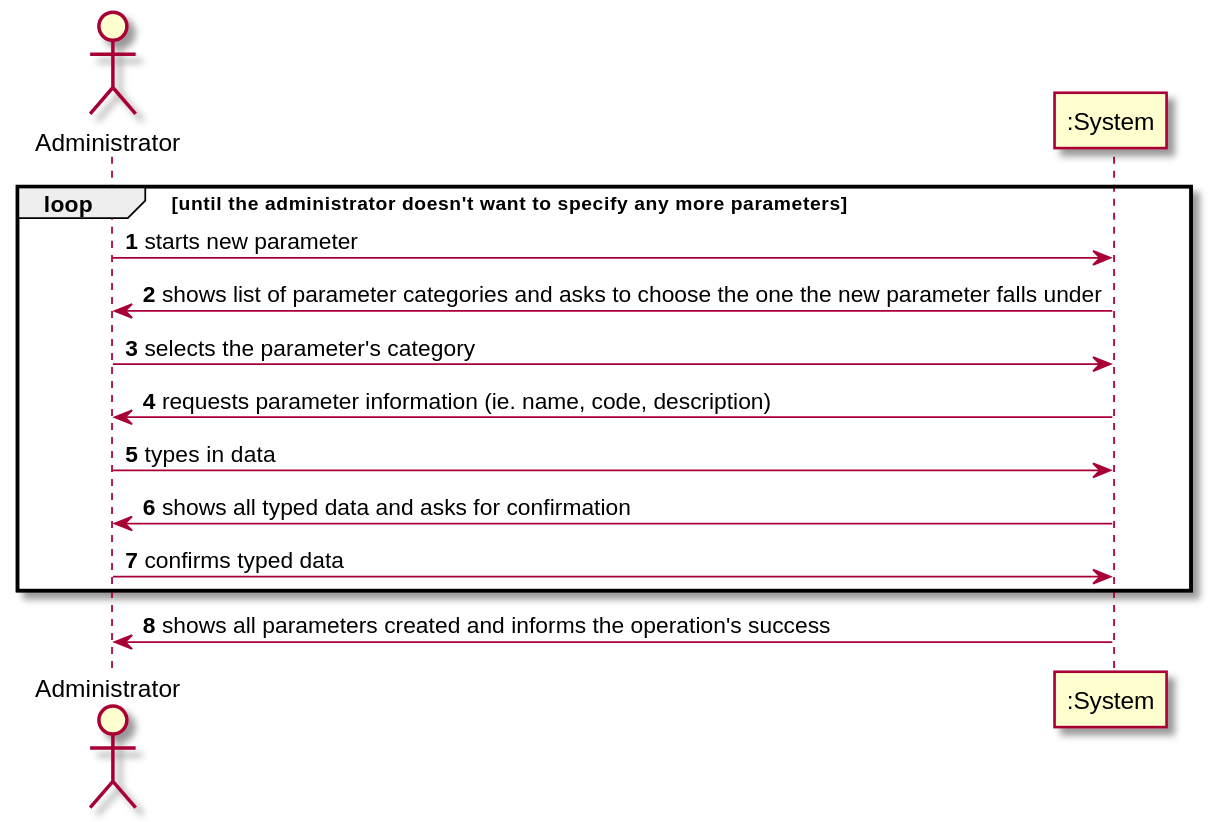
Earlier version of the PlantUML export docs/SprintB/US10/US10_SSD.svg (MadDinosaur/ISEP-LAPR2).
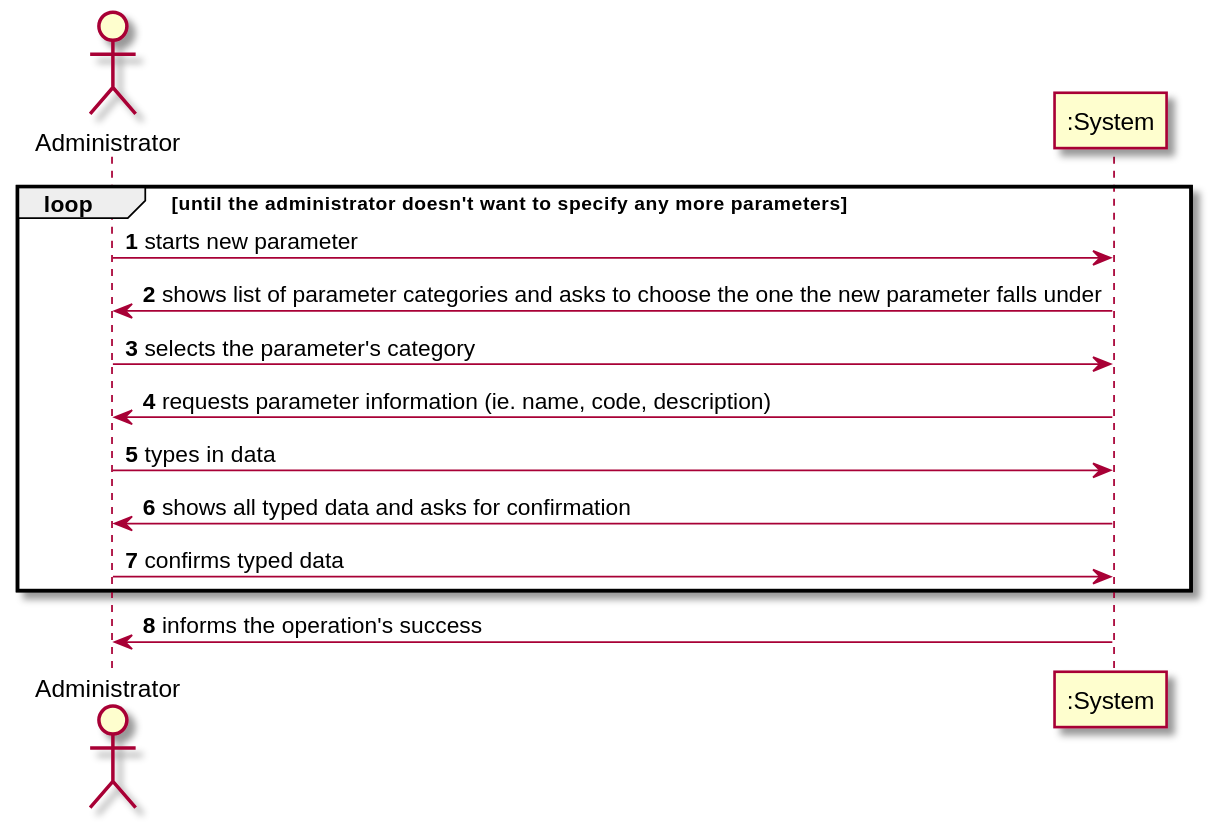
After the change.

The edit, as a diff of the source:
```diff
@@ -13,6 +13,6 @@
 ":System" -> Administrator: shows all typed data and asks for confirmation
 Administrator -> ":System": confirms typed data
 end loop
-":System" -> Administrator: shows all parameters created and informs the operation's success
+":System" -> Administrator: informs the operation's success
 
 @enduml
```
